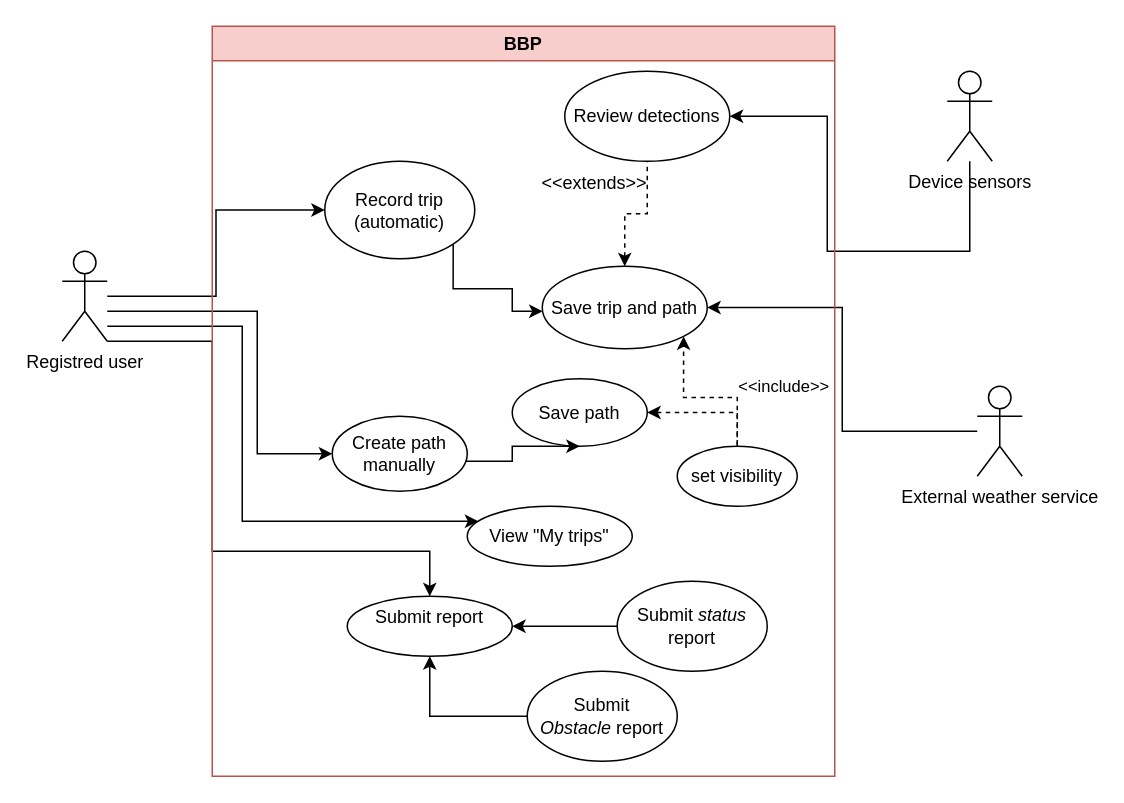
Earlier version of the draw.io diagram page "Registred_user" (3 of 3) of RASD/LaTeXCode/images/drawio/Use_Case_Diagram.drawio (jacopobellosi/Bellosi-Montanelli-Tempobono). Source tidied: cells renumbered, new cells numbered last; positions are measured from the earlier drawing's top-left corner, leaving out a move shared by most shapes. Both pictures are drawn from the tidied source at 150%, with x=0, y=0 at pixel (62, 26).
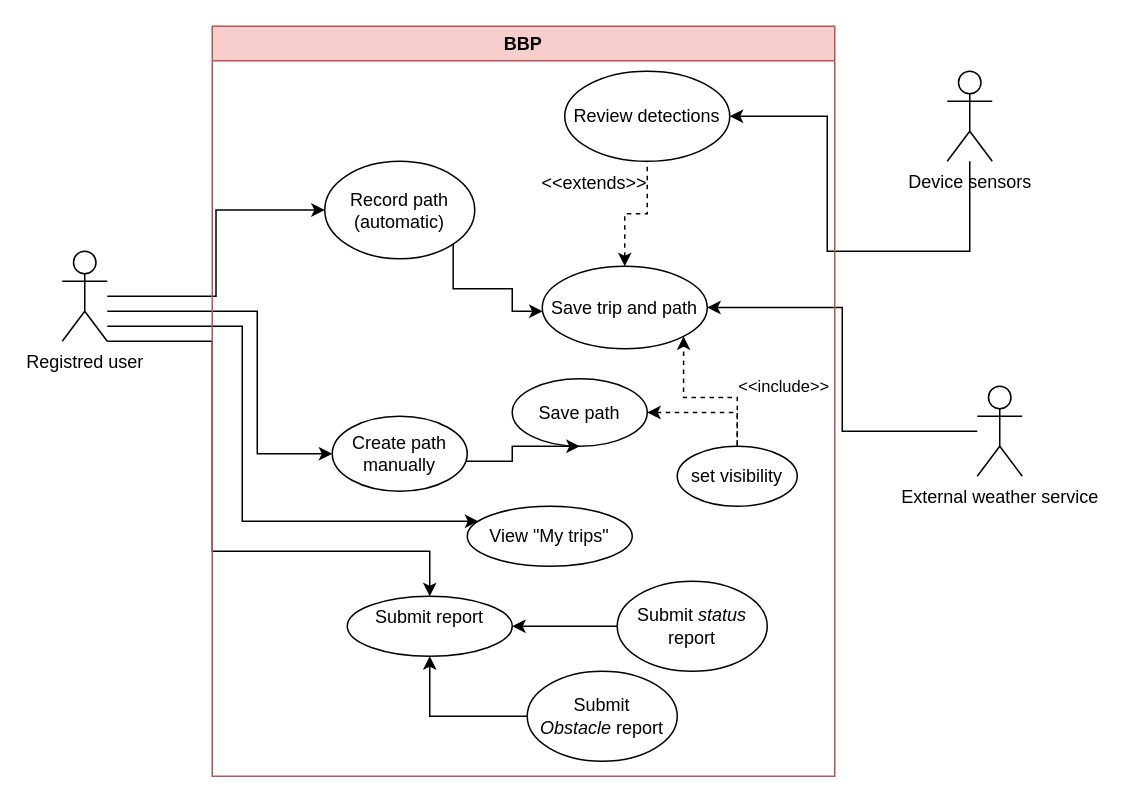
Above is the later version.

Unchanged cells that the change refers to:
```xml
<mxCell id="11" value="BBP" style="swimlane;whiteSpace=wrap;html=1;fillColor=#f8cecc;strokeColor=#b85450;" parent="1" vertex="1">
  <mxGeometry x="100" width="415" height="500" as="geometry" />
</mxCell>
```

Change to the diagram source:
```diff
@@
-    <mxCell id="26" value="Record trip&lt;br&gt;(automatic)" style="ellipse;whiteSpace=wrap;html=1;" parent="11" vertex="1">
+    <mxCell id="26" value="Record path&lt;br&gt;(automatic)" style="ellipse;whiteSpace=wrap;html=1;" parent="11" vertex="1">
       <mxGeometry x="75" y="90" width="100" height="65" as="geometry" />
     </mxCell>
```
